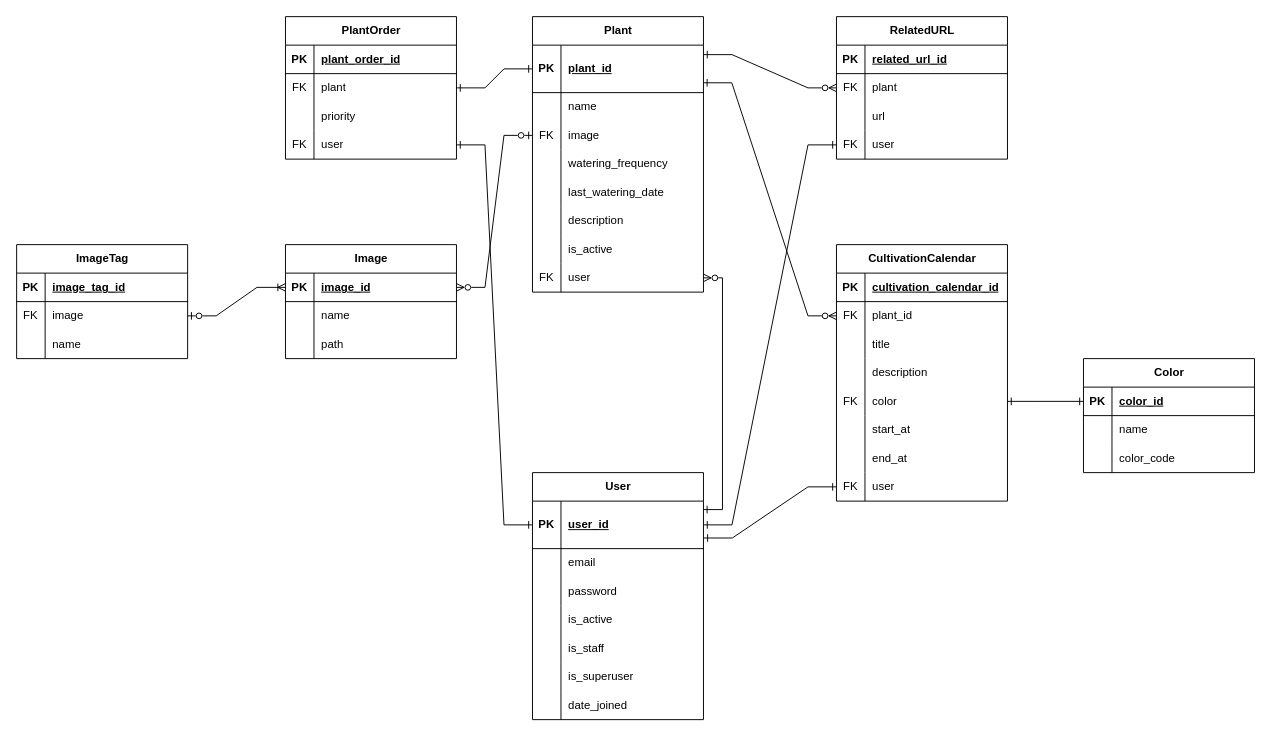
The draw.io diagram documents/ERD.drawio in AikawaShota/garden-management, before the edit. Source tidied: cells renumbered, new cells numbered last; positions are measured from the earlier drawing's top-left corner, leaving out a move shared by most shapes. Both pictures are drawn from the tidied source at 95%, with x=0, y=0 at pixel (16, 16).
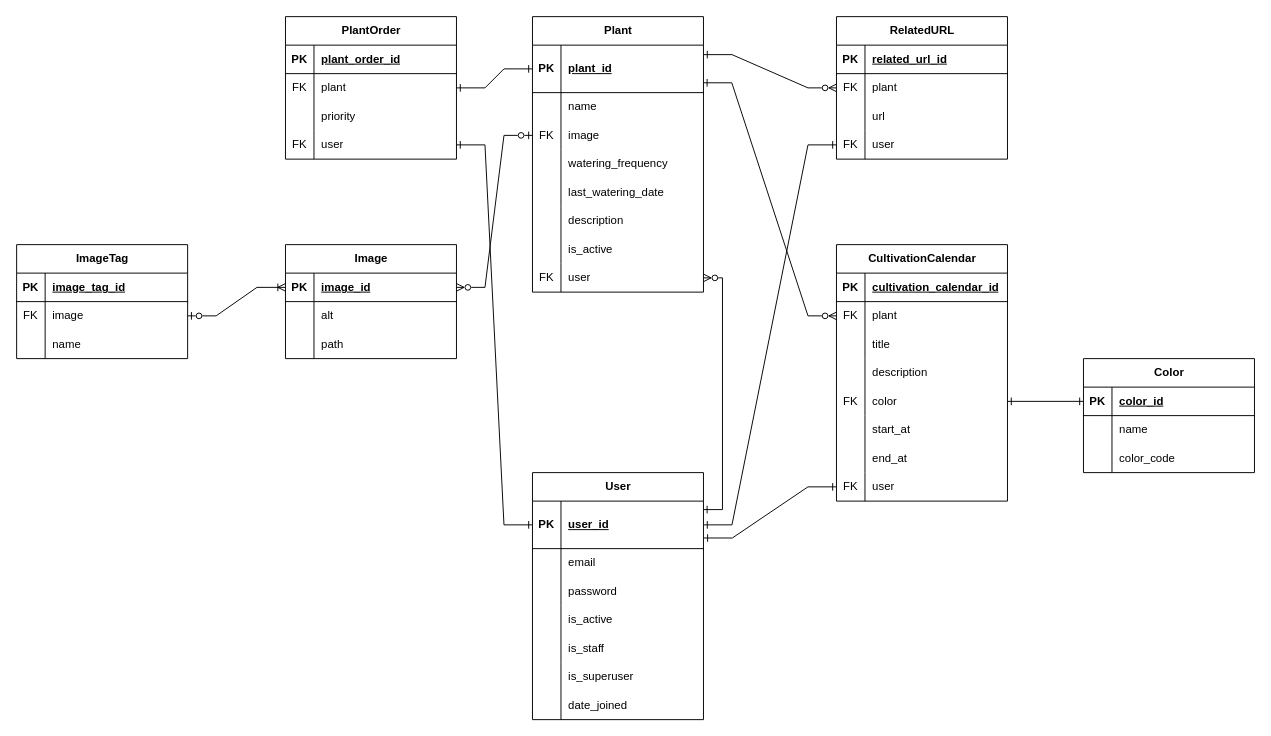
The same diagram, later.

Commit message (it also covers changes not shown here):
add: Add models.py to plant_management app and refactor ERD.

Unchanged cells that the change refers to:
```xml
<mxCell id="66" style="shape=tableRow;horizontal=0;startSize=0;swimlaneHead=0;swimlaneBody=0;fillColor=none;points=[[0,0.5],[1,0.5]];portConstraint=eastwest;top=0;left=0;right=0;bottom=0;" parent="62" vertex="1">
  <mxGeometry y="60" width="180" height="30" as="geometry" />
</mxCell>
<mxCell id="104" style="shape=tableRow;horizontal=0;startSize=0;swimlaneHead=0;swimlaneBody=0;fillColor=none;top=0;left=0;right=0;bottom=0;" parent="100" vertex="1">
  <mxGeometry y="60" width="180" height="30" as="geometry" />
</mxCell>
```

What changed in the source:
```diff
@@
-    <mxCell id="68" value="plant_id" style="shape=partialRectangle;fillColor=none;top=0;left=0;bottom=0;right=0;align=left;spacingLeft=6;overflow=hidden;whiteSpace=wrap;html=1;" parent="66" vertex="1">
+    <mxCell id="68" value="plant" style="shape=partialRectangle;fillColor=none;top=0;left=0;bottom=0;right=0;align=left;spacingLeft=6;overflow=hidden;whiteSpace=wrap;html=1;" parent="66" vertex="1">
       <mxGeometry x="30" width="150" height="30" as="geometry" />
     </mxCell>
@@
-    <mxCell id="106" value="name" style="shape=partialRectangle;fillColor=none;top=0;left=0;bottom=0;right=0;align=left;spacingLeft=6;overflow=hidden;whiteSpace=wrap;html=1;" parent="104" vertex="1">
+    <mxCell id="106" value="alt" style="shape=partialRectangle;fillColor=none;top=0;left=0;bottom=0;right=0;align=left;spacingLeft=6;overflow=hidden;whiteSpace=wrap;html=1;" parent="104" vertex="1">
       <mxGeometry x="30" width="150" height="30" as="geometry" />
     </mxCell>
```
